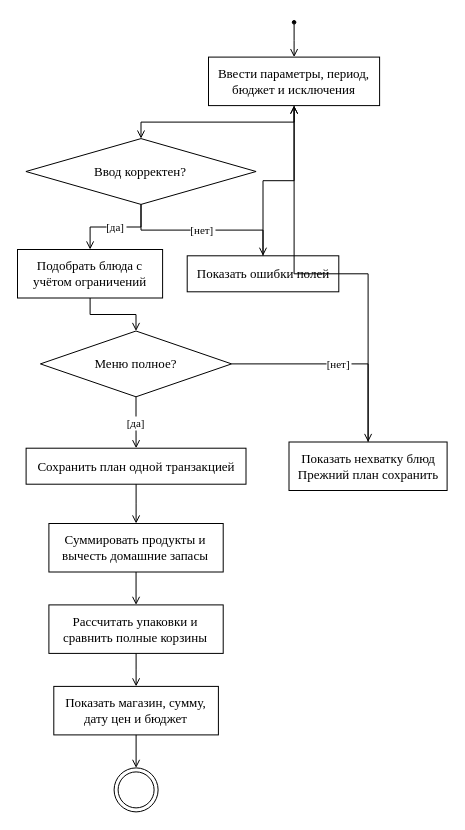
Xaz16/FitNutrition keeps this draw.io diagram as docs/lab2/diagrams/activity_main.drawio. Above is the earlier version. Source tidied: cells renumbered, new cells numbered last; positions are measured from the earlier drawing's top-left corner, leaving out a move shared by most shapes. Both pictures are drawn from the tidied source at 100%, with x=0, y=0 at pixel (17, 20).
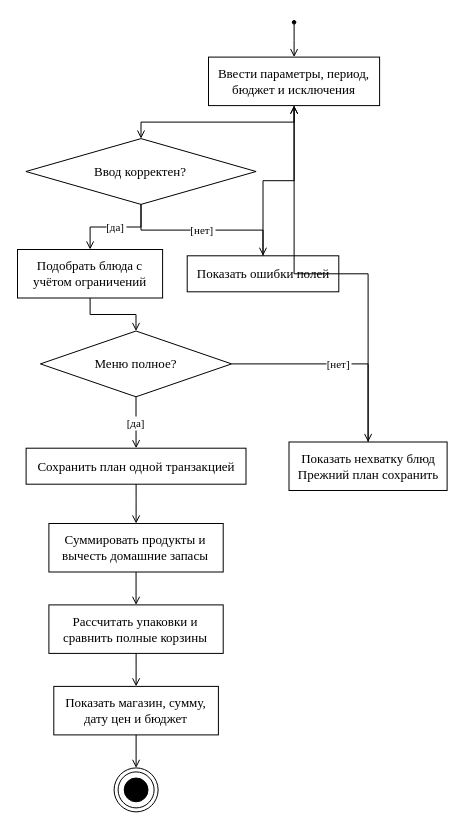
The same page after the edit.

What changed in the source:
```diff
@@
+    <mxCell id="27" style="ellipse;fillColor=#000000;strokeColor=#000000;" parent="1" vertex="1">
+      <mxGeometry x="106.7" y="757.5" width="23.8" height="23.8" as="geometry" />
+    </mxCell>
```
